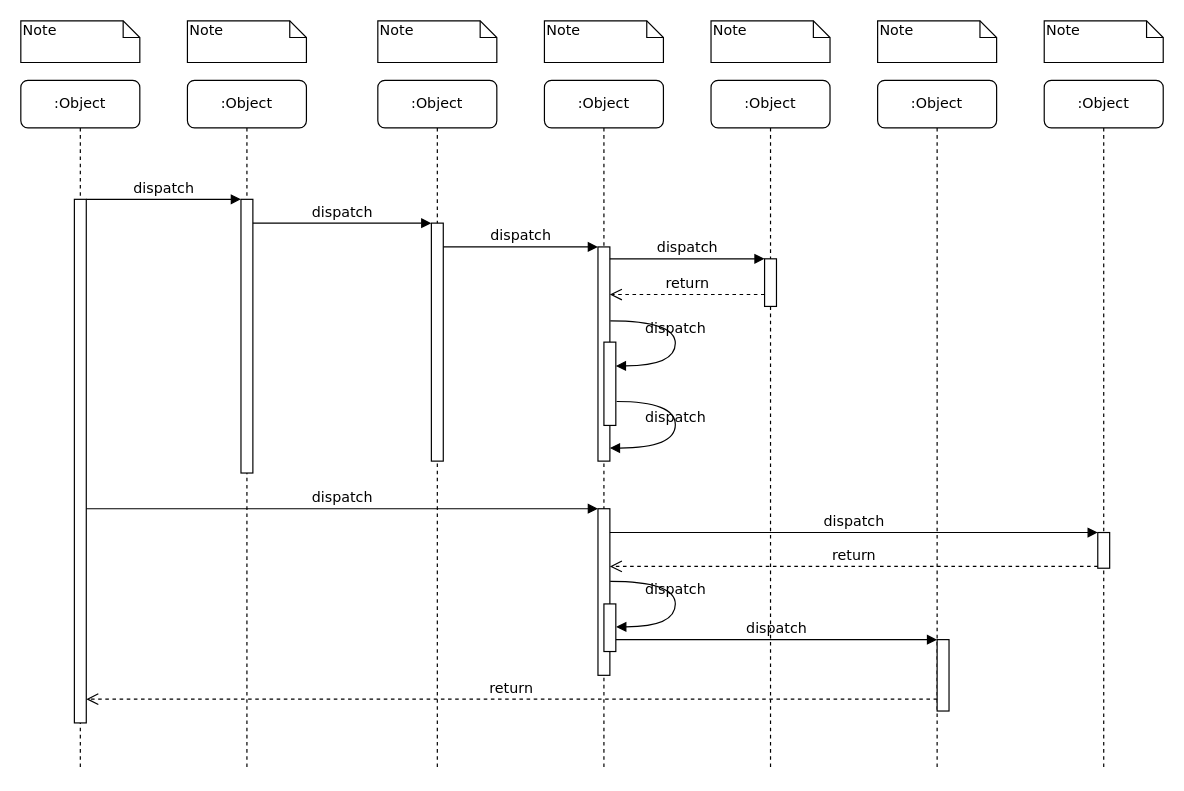
Above: test-sequence.drawio in kyrie9927/diagrams (draw.io), before the change. Source tidied: cells renumbered, new cells numbered last; positions are measured from the earlier drawing's top-left corner, leaving out a move shared by most shapes. Both pictures are drawn from the tidied source at 119%, with x=0, y=0 at pixel (20, 20).
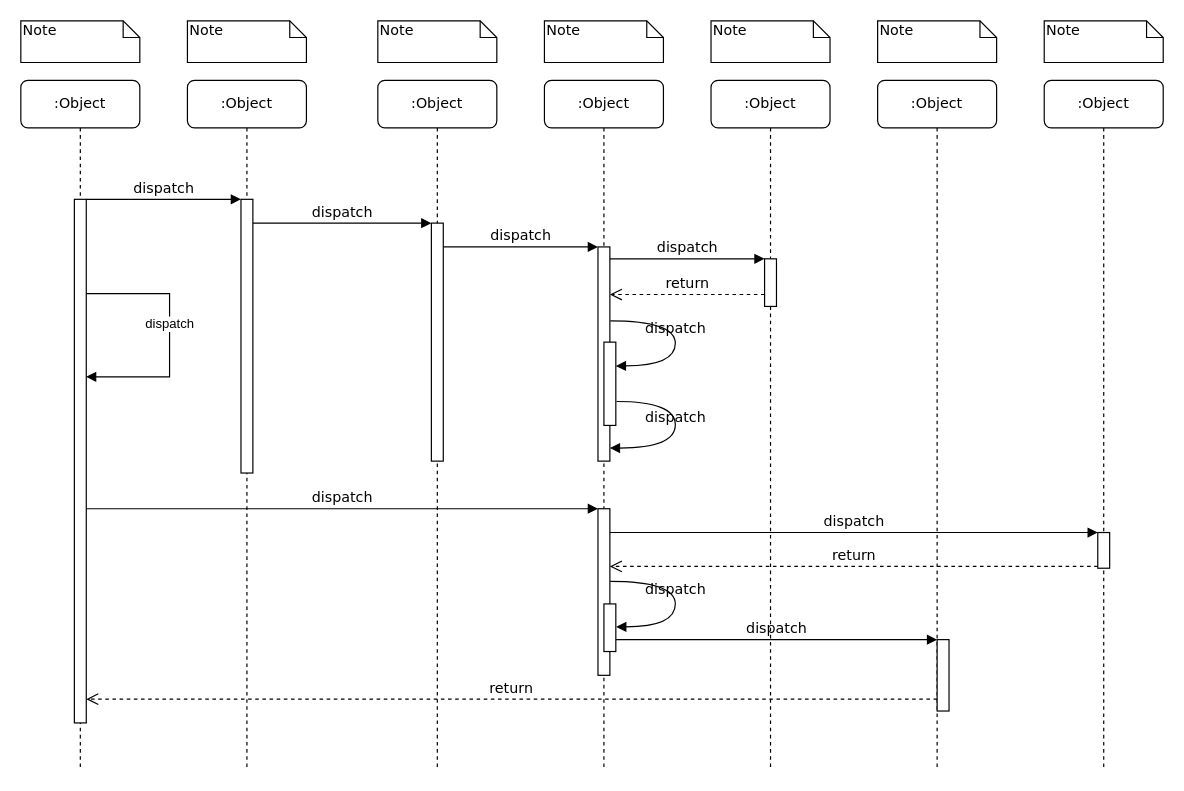
The same page after the edit.

Unchanged cells that the change refers to:
```xml
<mxCell id="10" value=":Object" style="shape=umlLifeline;perimeter=lifelinePerimeter;whiteSpace=wrap;html=1;rounded=1;shadow=0;comic=0;labelBackgroundColor=none;strokeWidth=1;fontFamily=Verdana;fontSize=12;align=center;" parent="1" vertex="1">
  <mxGeometry y="50" width="100" height="580" as="geometry" />
</mxCell>
<mxCell id="11" style="html=1;points=[];perimeter=orthogonalPerimeter;rounded=0;shadow=0;comic=0;labelBackgroundColor=none;strokeWidth=1;fontFamily=Verdana;fontSize=12;align=center;" parent="10" vertex="1">
  <mxGeometry x="45" y="100" width="10" height="440" as="geometry" />
</mxCell>
```

Diff of the diagram source:
```diff
@@
+    <mxCell id="39" value="dispatch" style="html=1;verticalAlign=bottom;endArrow=block;rounded=0;edgeStyle=orthogonalEdgeStyle;entryX=0.98;entryY=0.339;entryDx=0;entryDy=0;entryPerimeter=0;exitX=1.02;exitY=0.18;exitDx=0;exitDy=0;exitPerimeter=0;" parent="10" edge="1" source="11" target="11">
+      <mxGeometry relative="1" as="geometry">
+        <Array as="points">
+          <mxPoint x="125" y="179" />
+          <mxPoint x="125" y="249" />
+        </Array>
+      </mxGeometry>
+    </mxCell>
```
